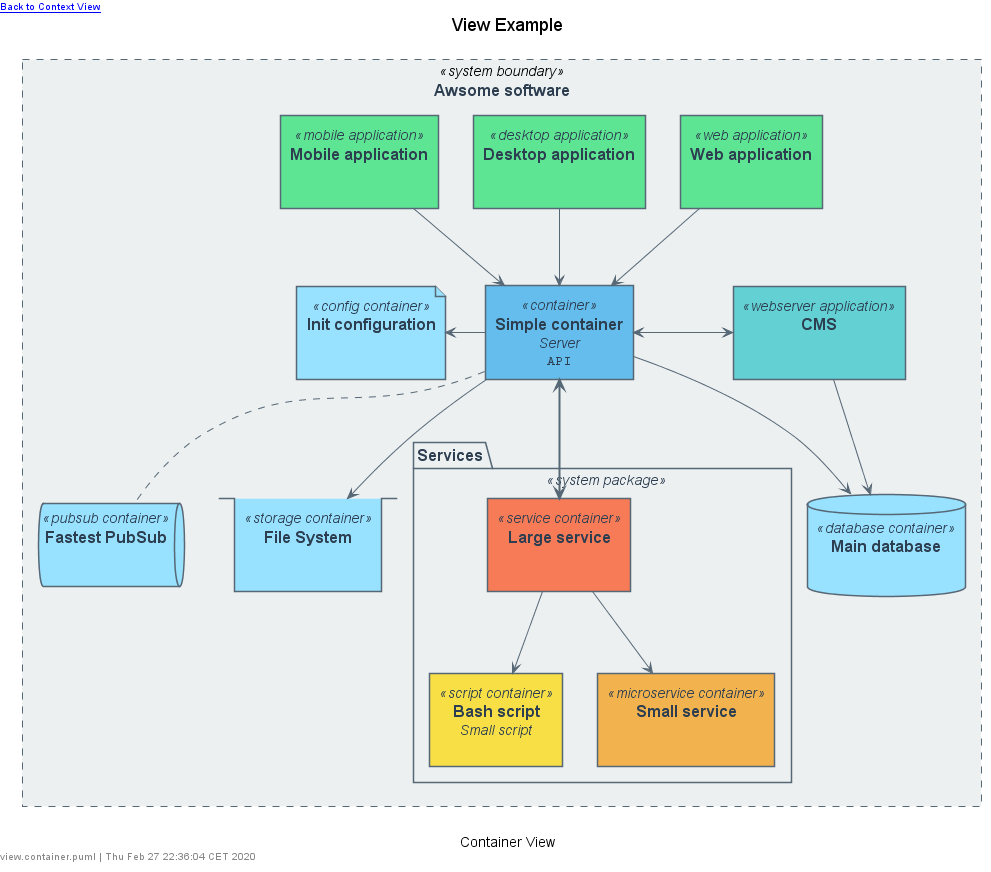
Earlier version of the PlantUML export example/diagrams/view.container.png (N0N4M3pl/plantuml-C4). Source of this version:
```plantuml
@startuml view.container





skinparam defaultTextAlignment center
skinparam wrapWidth 200
skinparam maxMessageSize 150



















skinparam defaultTextAlignment center
skinparam wrapWidth 200
skinparam maxMessageSize 150



















skinparam Note {
    FontColor #566775
    BackgroundColor white
    BorderColor #b6c1c5
}


skinparam actor<<person>> {
    StereotypeFontColor #2c3e50
    FontColor #2c3e50
    BackgroundColor #566775
    BorderColor #566775
    Shadowing false
}

skinparam Arrow {
    FontColor #2c3e50
    Color #566775
    FontSize 12
}







skinparam rectangle<<system boundary>> {
    StereotypeFontColor #2c3e50
    FontColor #2c3e50
    BackgroundColor #ecf0f1
    BorderColor #566775
    BorderStyle dashed
    BorderThickness 1
    Shadowing false
}

skinparam package<<system package>> {
    StereotypeFontColor #2c3e50
    FontColor #2c3e50
    BackgroundColor #ecf0f1
    BorderColor #566775
    Shadowing false
}

skinparam rectangle<<container>> {
    StereotypeFontColor #2c3e50
    FontColor #2c3e50
    BackgroundColor #65bded
    BorderColor #566775
    Shadowing false
}

skinparam rectangle<<script container>> {
    StereotypeFontColor #2c3e50
    FontColor #2c3e50
    BackgroundColor #f8df46
    BorderColor #566775
    Shadowing false
}

skinparam rectangle<<microservice container>> {
    StereotypeFontColor #2c3e50
    FontColor #2c3e50
    BackgroundColor #f2b24e
    BorderColor #566775
    Shadowing false
}

skinparam rectangle<<service container>> {
    StereotypeFontColor #2c3e50
    FontColor #2c3e50
    BackgroundColor #f87b57
    BorderColor #566775
    Shadowing false
}

skinparam queue<<pubsub container>> {
    StereotypeFontColor #2c3e50
    FontColor #2c3e50
    BackgroundColor #98e1ff
    BorderColor #566775
    Shadowing false
}

skinparam database<<database container>> {
    StereotypeFontColor #2c3e50
    FontColor #2c3e50
    BackgroundColor #98e1ff
    BorderColor #566775
    Shadowing false
}

skinparam stack<<storage container>> {
    StereotypeFontColor #2c3e50
    FontColor #2c3e50
    BackgroundColor #98e1ff
    BorderColor #566775
    Shadowing false
}

skinparam file<<config container>> {
    StereotypeFontColor #2c3e50
    FontColor #2c3e50
    BackgroundColor #98e1ff
    BorderColor #566775
    Shadowing false
}

skinparam rectangle<<webserver application>> {
    StereotypeFontColor #2c3e50
    FontColor #2c3e50
    BackgroundColor #63d0d3
    BorderColor #566775
    Shadowing false
}

skinparam rectangle<<web application>> {
    StereotypeFontColor #2c3e50
    FontColor #2c3e50
    BackgroundColor #5ee594
    BorderColor #566775
    Shadowing false
}

skinparam rectangle<<desktop application>> {
    StereotypeFontColor #2c3e50
    FontColor #2c3e50
    BackgroundColor #5ee594
    BorderColor #566775
    Shadowing false
}

skinparam rectangle<<mobile application>> {
    StereotypeFontColor #2c3e50
    FontColor #2c3e50
    BackgroundColor #5ee594
    BorderColor #566775
    Shadowing false
}






skinparam defaultTextAlignment center
skinparam wrapWidth 200
skinparam maxMessageSize 150



















skinparam defaultTextAlignment center
skinparam wrapWidth 200
skinparam maxMessageSize 150



















skinparam Note {
    FontColor #566775
    BackgroundColor white
    BorderColor #b6c1c5
}


skinparam actor<<person>> {
    StereotypeFontColor #2c3e50
    FontColor #2c3e50
    BackgroundColor #566775
    BorderColor #566775
    Shadowing false
}

skinparam Arrow {
    FontColor #2c3e50
    Color #566775
    FontSize 12
}







skinparam node<<system>> {
    StereotypeFontColor #2c3e50
    FontColor #2c3e50
    BackgroundColor #ecf0f1
    BorderColor #566775
}

skinparam node<<external system>> {
    StereotypeFontColor #2c3e50
    FontColor #2c3e50
    BackgroundColor #ecf0f1
    BorderColor #b6c1c5
}



left header [[example.context.svg Back to Context View]]
title View Example
top to bottom direction


rectangle "==Awsome software" <<system boundary>> as system {
    rectangle "==Simple container\n //Server//\n ""API"" " <<container>> as container [[view.component.svg]]

    database "==Main database\n // //\n """" " <<database container>> as database
    queue "==Fastest PubSub\n // //\n """" " <<pubsub container>> as pubSub
    stack "==File System\n // //\n """" " <<storage container>> as storage
    file "==Init configuration\n // //\n """" " <<config container>> as config

    package "==Services" <<system package>> as package {
        rectangle "==Bash script\n //Small script//\n """" " <<script container>> as script
        rectangle "==Small service\n // //\n """" " <<microservice container>> as microService
        rectangle "==Large service\n // //\n """" " <<service container>> as service
    }

    rectangle "==CMS\n // //\n """" " <<webserver application>> as webServer
    rectangle "==Web application\n // //\n """" " <<web application>> as web
    rectangle "==Desktop application\n // //\n """" " <<desktop application>> as desktop
    rectangle "==Mobile application\n // //\n """" " <<mobile application>> as mobile
}


container -DOWN-> database : ""
container .DOWN. pubSub : ""
container -DOWN-> storage : ""
container -LEFT-> config : ""

webServer <-LEFT-> container : ""
webServer -DOWN-> database : ""
web -DOWN-> container : ""
desktop -DOWN-> container : ""
mobile -DOWN-> container : ""

service -DOWN-> microService : ""
service -DOWN-> script : ""
service <=UP=> container : ""


caption Container View
left footer view.container.puml | Thu Feb 27 22:36:04 CET 2020

@enduml
```
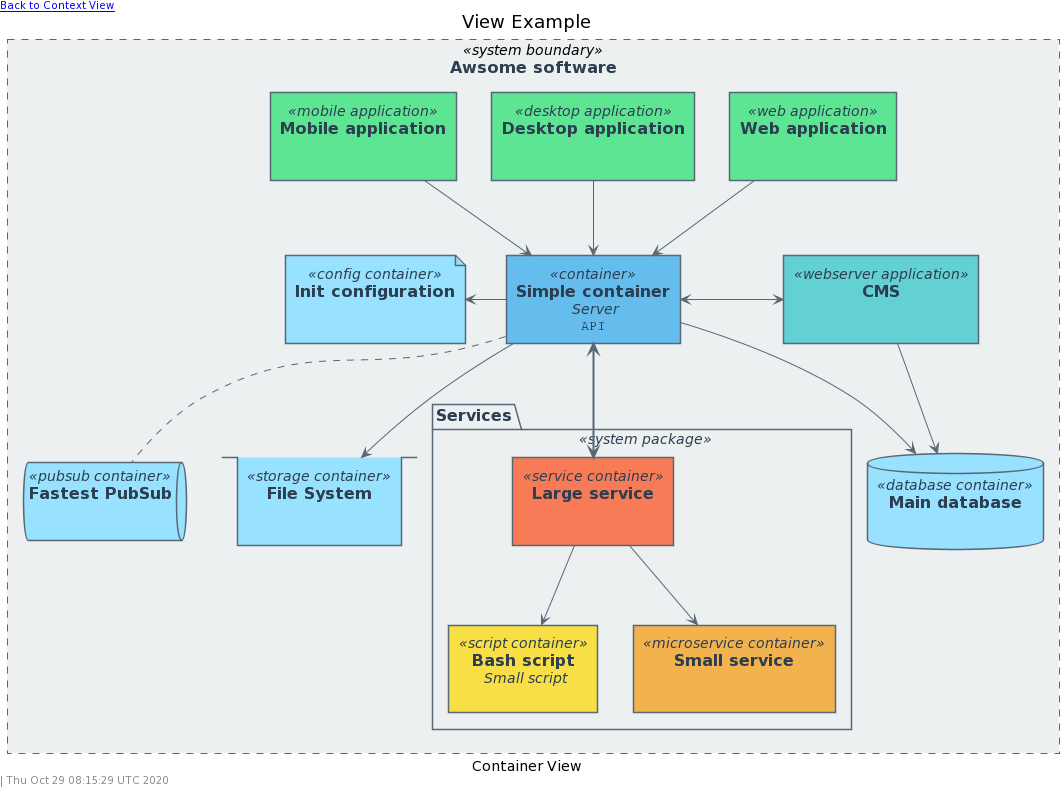
After the commit.

The edit, as a diff of the source:
```diff
@@ -1,329 +1,189 @@
-@startuml view.container
+@startuml
+!include https://raw.githubusercontent.com/N0N4M3pl/plantuml-C4/master/src/style.puml
+!include https://raw.githubusercontent.com/N0N4M3pl/plantuml-C4/master/src/common.puml
 
 
+!definelong Header_Container(text, link)
+left header [[link Back to Context View]]
+title text
+!enddefinelong
+
+!definelong Footer_Container()
+caption Container View
+Footer()
+!enddefinelong
 
 
-
-skinparam defaultTextAlignment center
-skinparam wrapWidth 200
-skinparam maxMessageSize 150
-
-
-
-
-
-
-
-
-
-
-
-
-
-
-
-
-
-
-
-skinparam defaultTextAlignment center
-skinparam wrapWidth 200
-skinparam maxMessageSize 150
-
-
-
-
-
-
-
-
-
-
-
-
-
-
-
-
-
-
-
-skinparam Note {
-    FontColor #566775
-    BackgroundColor white
-    BorderColor #b6c1c5
-}
-
-
-skinparam actor<<person>> {
-    StereotypeFontColor #2c3e50
-    FontColor #2c3e50
-    BackgroundColor #566775
-    BorderColor #566775
-    Shadowing false
-}
-
-skinparam Arrow {
-    FontColor #2c3e50
-    Color #566775
-    FontSize 12
-}
-
-
-
-
-
-
-
+!define System_Boundary(alias, label) rectangle "==label" <<system boundary>> as alias
 skinparam rectangle<<system boundary>> {
-    StereotypeFontColor #2c3e50
-    FontColor #2c3e50
-    BackgroundColor #ecf0f1
-    BorderColor #566775
+    StereotypeFontColor COLOR_FONT_DARK
+    FontColor COLOR_FONT_DARK
+    BackgroundColor COLOR_BOUNDARY_SYSTEM_BG
+    BorderColor COLOR_BOUNDARY_SYSTEM_BD
     BorderStyle dashed
     BorderThickness 1
     Shadowing false
 }
 
+!define System_Package(alias, label) package "==label" <<system package>> as alias
 skinparam package<<system package>> {
-    StereotypeFontColor #2c3e50
-    FontColor #2c3e50
-    BackgroundColor #ecf0f1
-    BorderColor #566775
+    StereotypeFontColor COLOR_FONT_DARK
+    FontColor COLOR_FONT_DARK
+    BackgroundColor COLOR_BOUNDARY_SYSTEM_BG
+    BorderColor COLOR_BOUNDARY_SYSTEM_BD
     Shadowing false
 }
 
+!define Container(alias, label, description=" ", technology="", link="") rectangle "==label\n //description//\n ""technology"" " <<container>> as alias link
 skinparam rectangle<<container>> {
-    StereotypeFontColor #2c3e50
-    FontColor #2c3e50
-    BackgroundColor #65bded
-    BorderColor #566775
+    StereotypeFontColor COLOR_FONT_DARK
+    FontColor COLOR_FONT_DARK
+    BackgroundColor COLOR_CONTAINER_BG
+    BorderColor COLOR_CONTAINER_BD
     Shadowing false
 }
 
+!define Container_Script(alias, label, description=" ", technology="", link="") rectangle "==label\n //description//\n ""technology"" " <<script container>> as alias link
 skinparam rectangle<<script container>> {
-    StereotypeFontColor #2c3e50
-    FontColor #2c3e50
-    BackgroundColor #f8df46
-    BorderColor #566775
+    StereotypeFontColor COLOR_FONT_DARK
+    FontColor COLOR_FONT_DARK
+    BackgroundColor COLOR_YELLOW_2
+    BorderColor COLOR_CONTAINER_BD
     Shadowing false
 }
 
+!define Container_MicroService(alias, label, description=" ", technology="", link="") rectangle "==label\n //description//\n ""technology"" " <<microservice container>> as alias link
 skinparam rectangle<<microservice container>> {
-    StereotypeFontColor #2c3e50
-    FontColor #2c3e50
-    BackgroundColor #f2b24e
-    BorderColor #566775
+    StereotypeFontColor COLOR_FONT_DARK
+    FontColor COLOR_FONT_DARK
+    BackgroundColor COLOR_ORANGE_2
+    BorderColor COLOR_CONTAINER_BD
     Shadowing false
 }
 
+!define Container_Service(alias, label, description=" ", technology="", link="") rectangle "==label\n //description//\n ""technology"" " <<service container>> as alias link
 skinparam rectangle<<service container>> {
-    StereotypeFontColor #2c3e50
-    FontColor #2c3e50
-    BackgroundColor #f87b57
-    BorderColor #566775
+    StereotypeFontColor COLOR_FONT_DARK
+    FontColor COLOR_FONT_DARK
+    BackgroundColor COLOR_RED_2
+    BorderColor COLOR_CONTAINER_BD
     Shadowing false
 }
 
+!define Container_PubSub(alias, label, description=" ", technology="", link="") queue "==label\n //description//\n ""technology"" " <<pubsub container>> as alias link
 skinparam queue<<pubsub container>> {
-    StereotypeFontColor #2c3e50
-    FontColor #2c3e50
-    BackgroundColor #98e1ff
-    BorderColor #566775
+    StereotypeFontColor COLOR_FONT_DARK
+    FontColor COLOR_FONT_DARK
+    BackgroundColor COLOR_BLUE_1
+    BorderColor COLOR_CONTAINER_BD
     Shadowing false
 }
 
+!define Container_Database(alias, label, description=" ", technology="", link="") database "==label\n //description//\n ""technology"" " <<database container>> as alias link
 skinparam database<<database container>> {
-    StereotypeFontColor #2c3e50
-    FontColor #2c3e50
-    BackgroundColor #98e1ff
-    BorderColor #566775
+    StereotypeFontColor COLOR_FONT_DARK
+    FontColor COLOR_FONT_DARK
+    BackgroundColor COLOR_BLUE_1
+    BorderColor COLOR_CONTAINER_BD
     Shadowing false
 }
 
+!define Container_Storage(alias, label, description=" ", technology="", link="") stack "==label\n //description//\n ""technology"" " <<storage container>> as alias link
 skinparam stack<<storage container>> {
-    StereotypeFontColor #2c3e50
-    FontColor #2c3e50
-    BackgroundColor #98e1ff
-    BorderColor #566775
+    StereotypeFontColor COLOR_FONT_DARK
+    FontColor COLOR_FONT_DARK
+    BackgroundColor COLOR_BLUE_1
+    BorderColor COLOR_CONTAINER_BD
     Shadowing false
 }
 
+!define Container_Config(alias, label, description=" ", technology="", link="") file "==label\n //description//\n ""technology"" " <<config container>> as alias link
 skinparam file<<config container>> {
-    StereotypeFontColor #2c3e50
-    FontColor #2c3e50
-    BackgroundColor #98e1ff
-    BorderColor #566775
+    StereotypeFontColor COLOR_FONT_DARK
+    FontColor COLOR_FONT_DARK
+    BackgroundColor COLOR_BLUE_1
+    BorderColor COLOR_CONTAINER_BD
     Shadowing false
 }
 
+!define Application_WebServer(alias, label, description=" ", technology="", link="") rectangle "==label\n //description//\n ""technology"" " <<webserver application>> as alias link
 skinparam rectangle<<webserver application>> {
-    StereotypeFontColor #2c3e50
-    FontColor #2c3e50
-    BackgroundColor #63d0d3
-    BorderColor #566775
+    StereotypeFontColor COLOR_FONT_DARK
+    FontColor COLOR_FONT_DARK
+    BackgroundColor COLOR_TURQUOISE_2
+    BorderColor COLOR_CONTAINER_BD
     Shadowing false
 }
 
+!define Application_Web(alias, label, description=" ", technology="", link="") rectangle "==label\n //description//\n ""technology"" " <<web application>> as alias link
 skinparam rectangle<<web application>> {
-    StereotypeFontColor #2c3e50
-    FontColor #2c3e50
-    BackgroundColor #5ee594
-    BorderColor #566775
+    StereotypeFontColor COLOR_FONT_DARK
+    FontColor COLOR_FONT_DARK
+    BackgroundColor COLOR_GREEN_2
+    BorderColor COLOR_CONTAINER_BD
     Shadowing false
 }
 
+!define Application_Desktop(alias, label, description=" ", technology="", link="") rectangle "==label\n //description//\n ""technology"" " <<desktop application>> as alias link
 skinparam rectangle<<desktop application>> {
-    StereotypeFontColor #2c3e50
-    FontColor #2c3e50
-    BackgroundColor #5ee594
-    BorderColor #566775
+    StereotypeFontColor COLOR_FONT_DARK
+    FontColor COLOR_FONT_DARK
+    BackgroundColor COLOR_GREEN_2
+    BorderColor COLOR_CONTAINER_BD
     Shadowing false
 }
 
+!define Application_Mobile(alias, label, description=" ", technology="", link="") rectangle "==label\n //description//\n ""technology"" " <<mobile application>> as alias link
 skinparam rectangle<<mobile application>> {
-    StereotypeFontColor #2c3e50
-    FontColor #2c3e50
-    BackgroundColor #5ee594
-    BorderColor #566775
+    StereotypeFontColor COLOR_FONT_DARK
+    FontColor COLOR_FONT_DARK
+    BackgroundColor COLOR_GREEN_2
+    BorderColor COLOR_CONTAINER_BD
     Shadowing false
 }
 
 
 
+Header_Container("View Example", "example.context.svg")
+LAYOUT_TOP_DOWN
 
 
+System_Boundary(system, "Awsome software") {
+    Container(container, "Simple container", "Server", "API", "[[view.component.svg]]")
 
-skinparam defaultTextAlignment center
-skinparam wrapWidth 200
-skinparam maxMessageSize 150
+    Container_Database(database, "Main database")
+    Container_PubSub(pubSub, "Fastest PubSub")
+    Container_Storage(storage, "File System")
+    Container_Config(config, "Init configuration")
 
+    System_Package(package, "Services") {
+        Container_Script(script, "Bash script", "Small script")
+        Container_MicroService(microService, "Small service")
+        Container_Service(service, "Large service")
+    }
 
-
-
-
-
-
-
-
-
-
-
-
-
-
-
-
-
-
-skinparam defaultTextAlignment center
-skinparam wrapWidth 200
-skinparam maxMessageSize 150
-
-
-
-
-
-
-
-
-
-
-
-
-
-
-
-
-
-
-
-skinparam Note {
-    FontColor #566775
-    BackgroundColor white
-    BorderColor #b6c1c5
+    Application_WebServer(webServer, "CMS")
+    Application_Web(web, "Web application")
+    Application_Desktop(desktop, "Desktop application")
+    Application_Mobile(mobile, "Mobile application")
 }
 
 
-skinparam actor<<person>> {
-    StereotypeFontColor #2c3e50
-    FontColor #2c3e50
-    BackgroundColor #566775
-    BorderColor #566775
-    Shadowing false
-}
+Relation(container, database, "-DOWN->")
+Relation(container, pubSub, ".DOWN.")
+Relation(container, storage, "-DOWN->")
+Relation(container, config, "-LEFT->")
 
-skinparam Arrow {
-    FontColor #2c3e50
-    Color #566775
-    FontSize 12
-}
+Relation(webServer, container, "<-LEFT->")
+Relation(webServer, database, "-DOWN->")
+Relation(web, container, "-DOWN->")
+Relation(desktop, container, "-DOWN->")
+Relation(mobile, container, "-DOWN->")
+
+Relation(service, microService, "-DOWN->")
+Relation(service, script, "-DOWN->")
+Relation(service, container, "<=UP=>")
 
 
-
-
-
-
-
-skinparam node<<system>> {
-    StereotypeFontColor #2c3e50
-    FontColor #2c3e50
-    BackgroundColor #ecf0f1
-    BorderColor #566775
-}
-
-skinparam node<<external system>> {
-    StereotypeFontColor #2c3e50
-    FontColor #2c3e50
-    BackgroundColor #ecf0f1
-    BorderColor #b6c1c5
-}
-
-
-
-left header [[example.context.svg Back to Context View]]
-title View Example
-top to bottom direction
-
-
-rectangle "==Awsome software" <<system boundary>> as system {
-    rectangle "==Simple container\n //Server//\n ""API"" " <<container>> as container [[view.component.svg]]
-
-    database "==Main database\n // //\n """" " <<database container>> as database
-    queue "==Fastest PubSub\n // //\n """" " <<pubsub container>> as pubSub
-    stack "==File System\n // //\n """" " <<storage container>> as storage
-    file "==Init configuration\n // //\n """" " <<config container>> as config
-
-    package "==Services" <<system package>> as package {
-        rectangle "==Bash script\n //Small script//\n """" " <<script container>> as script
-        rectangle "==Small service\n // //\n """" " <<microservice container>> as microService
-        rectangle "==Large service\n // //\n """" " <<service container>> as service
-    }
-
-    rectangle "==CMS\n // //\n """" " <<webserver application>> as webServer
-    rectangle "==Web application\n // //\n """" " <<web application>> as web
-    rectangle "==Desktop application\n // //\n """" " <<desktop application>> as desktop
-    rectangle "==Mobile application\n // //\n """" " <<mobile application>> as mobile
-}
-
-
-container -DOWN-> database : ""
-container .DOWN. pubSub : ""
-container -DOWN-> storage : ""
-container -LEFT-> config : ""
-
-webServer <-LEFT-> container : ""
-webServer -DOWN-> database : ""
-web -DOWN-> container : ""
-desktop -DOWN-> container : ""
-mobile -DOWN-> container : ""
-
-service -DOWN-> microService : ""
-service -DOWN-> script : ""
-service <=UP=> container : ""
-
-
-caption Container View
-left footer view.container.puml | Thu Feb 27 22:36:04 CET 2020
-
+Footer_Container()
 @enduml
```
